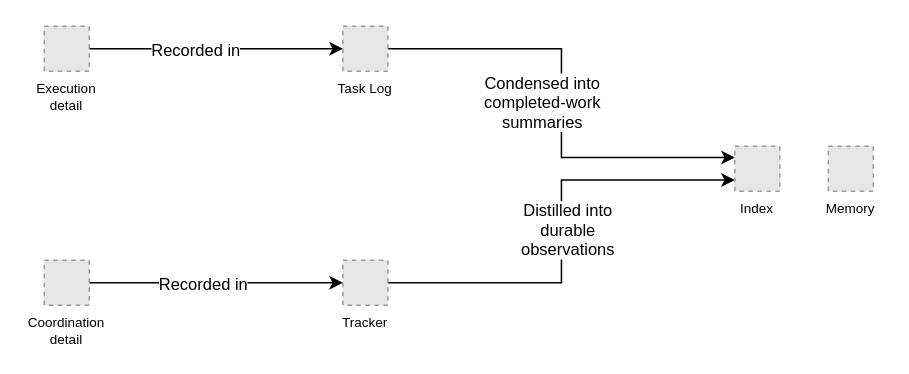
sdi2200262/bsc-apm-thesis keeps this draw.io diagram as diagrams/framework-design/state-compression.drawio. Above is the earlier version. Source tidied: cells renumbered, new cells numbered last; positions are measured from the earlier drawing's top-left corner, leaving out a move shared by most shapes. Both pictures are drawn from the tidied source at 150%, with x=0, y=0 at pixel (44, 26). Pictures stored in the file or linked from it are replaced by grey dashed boxes.
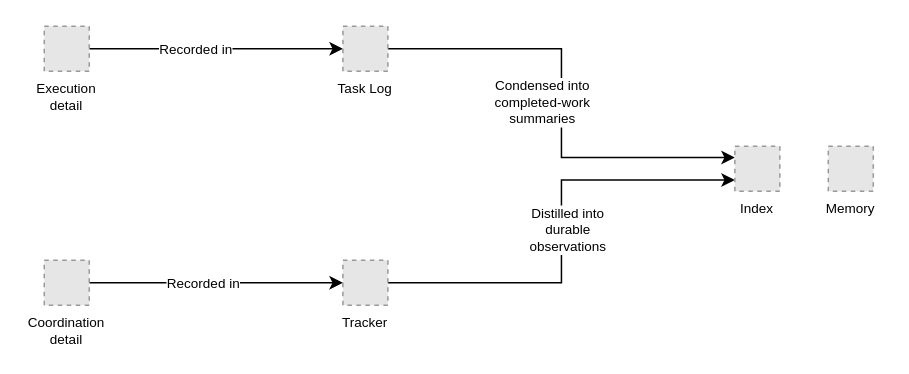
Above is the later version.

Diff of the diagram source:
```diff
@@
 <mxGraphModel>
   <root>
     <mxCell id="0" />
     <mxCell id="1" parent="0" />
     <mxCell id="2" style="group;" parent="1" vertex="1">
       <mxGeometry width="560" height="186" as="geometry" />
     </mxCell>
-    <mxCell id="3" style="edgeStyle=orthogonalEdgeStyle;rounded=0;jettySize=auto;html=1;exitX=1;exitY=0.5;exitDx=0;exitDy=0;entryX=0;entryY=0.5;entryDx=0;entryDy=0;" parent="2" edge="1" source="5" target="8">
+    <mxCell id="3" style="edgeStyle=orthogonalEdgeStyle;rounded=0;jettySize=auto;html=1;exitX=1;exitY=0.5;exitDx=0;exitDy=0;entryX=0;entryY=0.5;entryDx=0;entryDy=0;fontSize=9;" parent="2" edge="1" source="5" target="8">
       <mxGeometry relative="1" as="geometry" />
     </mxCell>
-    <mxCell id="4" value="Recorded in" style="edgeLabel;html=1;align=center;verticalAlign=middle;" parent="3" vertex="1">
+    <mxCell id="4" value="Recorded in" style="edgeLabel;html=1;align=center;verticalAlign=middle;fontSize=9;" parent="3" vertex="1">
       <mxGeometry x="-0.17" relative="1" as="geometry" />
     </mxCell>
     <mxCell id="5" value="Execution&#10;detail" style="fillColor=#E6E6E6;strokeColor=#999999;dashed=1;verticalLabelPosition=bottom;labelBackgroundColor=default;verticalAlign=top;fontSize=9;" parent="2" vertex="1">
       <mxGeometry width="30" height="30" as="geometry" />
     </mxCell>
-    <mxCell id="6" style="edgeStyle=orthogonalEdgeStyle;rounded=0;jettySize=auto;html=1;exitX=1;exitY=0.5;exitDx=0;exitDy=0;entryX=0;entryY=0.25;entryDx=0;entryDy=0;" parent="2" edge="1" source="8" target="15">
+    <mxCell id="6" style="edgeStyle=orthogonalEdgeStyle;rounded=0;jettySize=auto;html=1;exitX=1;exitY=0.5;exitDx=0;exitDy=0;entryX=0;entryY=0.25;entryDx=0;entryDy=0;fontSize=9;" parent="2" edge="1" source="8" target="15">
       <mxGeometry relative="1" as="geometry" />
     </mxCell>
-    <mxCell id="7" value="Condensed into&lt;div&gt;completed-work&lt;/div&gt;&lt;div&gt;summaries&lt;/div&gt;" style="edgeLabel;html=1;align=center;verticalAlign=middle;" parent="6" vertex="1">
+    <mxCell id="7" value="Condensed into&lt;div&gt;completed-work&lt;/div&gt;&lt;div&gt;summaries&lt;/div&gt;" style="edgeLabel;html=1;align=center;verticalAlign=middle;fontSize=9;" parent="6" vertex="1">
       <mxGeometry x="-0.5" y="1" relative="1" as="geometry">
         <mxPoint x="26" y="36" as="offset" />
       </mxGeometry>
     </mxCell>
     <mxCell id="8" value="Task Log" style="fillColor=#E6E6E6;strokeColor=#999999;dashed=1;verticalLabelPosition=bottom;labelBackgroundColor=default;verticalAlign=top;fontSize=9;" parent="2" vertex="1">
       <mxGeometry x="199.1" width="30" height="30" as="geometry" />
     </mxCell>
-    <mxCell id="9" style="edgeStyle=orthogonalEdgeStyle;rounded=0;jettySize=auto;html=1;exitX=1;exitY=0.5;exitDx=0;exitDy=0;entryX=0;entryY=0.75;entryDx=0;entryDy=0;" parent="2" edge="1" source="11" target="15">
+    <mxCell id="9" style="edgeStyle=orthogonalEdgeStyle;rounded=0;jettySize=auto;html=1;exitX=1;exitY=0.5;exitDx=0;exitDy=0;entryX=0;entryY=0.75;entryDx=0;entryDy=0;fontSize=9;" parent="2" edge="1" source="11" target="15">
       <mxGeometry relative="1" as="geometry" />
     </mxCell>
-    <mxCell id="10" value="Distilled into&lt;div&gt;durable&lt;/div&gt;&lt;div&gt;observations&lt;/div&gt;" style="edgeLabel;html=1;align=center;verticalAlign=middle;" parent="9" vertex="1">
+    <mxCell id="10" value="Distilled into&lt;div&gt;durable&lt;/div&gt;&lt;div&gt;observations&lt;/div&gt;" style="edgeLabel;html=1;align=center;verticalAlign=middle;fontSize=9;" parent="9" vertex="1">
       <mxGeometry x="0.01" y="-4" relative="1" as="geometry" />
     </mxCell>
     <mxCell id="11" value="Tracker" style="fillColor=#E6E6E6;strokeColor=#999999;dashed=1;verticalLabelPosition=bottom;labelBackgroundColor=default;verticalAlign=top;fontSize=9;" parent="2" vertex="1">
       <mxGeometry x="199.1" y="156" width="30" height="30" as="geometry" />
     </mxCell>
-    <mxCell id="12" style="edgeStyle=orthogonalEdgeStyle;rounded=0;jettySize=auto;html=1;exitX=1;exitY=0.5;exitDx=0;exitDy=0;entryX=0;entryY=0.5;entryDx=0;entryDy=0;" parent="2" edge="1" source="14" target="11">
+    <mxCell id="12" style="edgeStyle=orthogonalEdgeStyle;rounded=0;jettySize=auto;html=1;exitX=1;exitY=0.5;exitDx=0;exitDy=0;entryX=0;entryY=0.5;entryDx=0;entryDy=0;fontSize=9;" parent="2" edge="1" source="14" target="11">
       <mxGeometry relative="1" as="geometry" />
     </mxCell>
-    <mxCell id="13" value="Recorded in" style="edgeLabel;html=1;align=center;verticalAlign=middle;" parent="12" vertex="1">
+    <mxCell id="13" value="Recorded in" style="edgeLabel;html=1;align=center;verticalAlign=middle;fontSize=9;" parent="12" vertex="1">
       <mxGeometry x="-0.22" y="-2" relative="1" as="geometry">
         <mxPoint x="9" y="-2" as="offset" />
       </mxGeometry>
     </mxCell>
     <mxCell id="14" value="Coordination&#10;detail" style="fillColor=#E6E6E6;strokeColor=#999999;dashed=1;verticalLabelPosition=bottom;labelBackgroundColor=default;verticalAlign=top;fontSize=9;" parent="2" vertex="1">
       <mxGeometry y="156" width="30" height="30" as="geometry" />
     </mxCell>
     <mxCell id="15" value="Index" style="fillColor=#E6E6E6;strokeColor=#999999;dashed=1;verticalLabelPosition=bottom;labelBackgroundColor=default;verticalAlign=top;fontSize=9;" parent="2" vertex="1">
       <mxGeometry x="460.4" y="80" width="30" height="30" as="geometry" />
     </mxCell>
     <mxCell id="16" value="Memory" style="fillColor=#E6E6E6;strokeColor=#999999;dashed=1;verticalLabelPosition=bottom;labelBackgroundColor=default;verticalAlign=top;fontSize=9;" parent="2" vertex="1">
       <mxGeometry x="522.7" y="80" width="30" height="30" as="geometry" />
     </mxCell>
   </root>
 </mxGraphModel>
```
